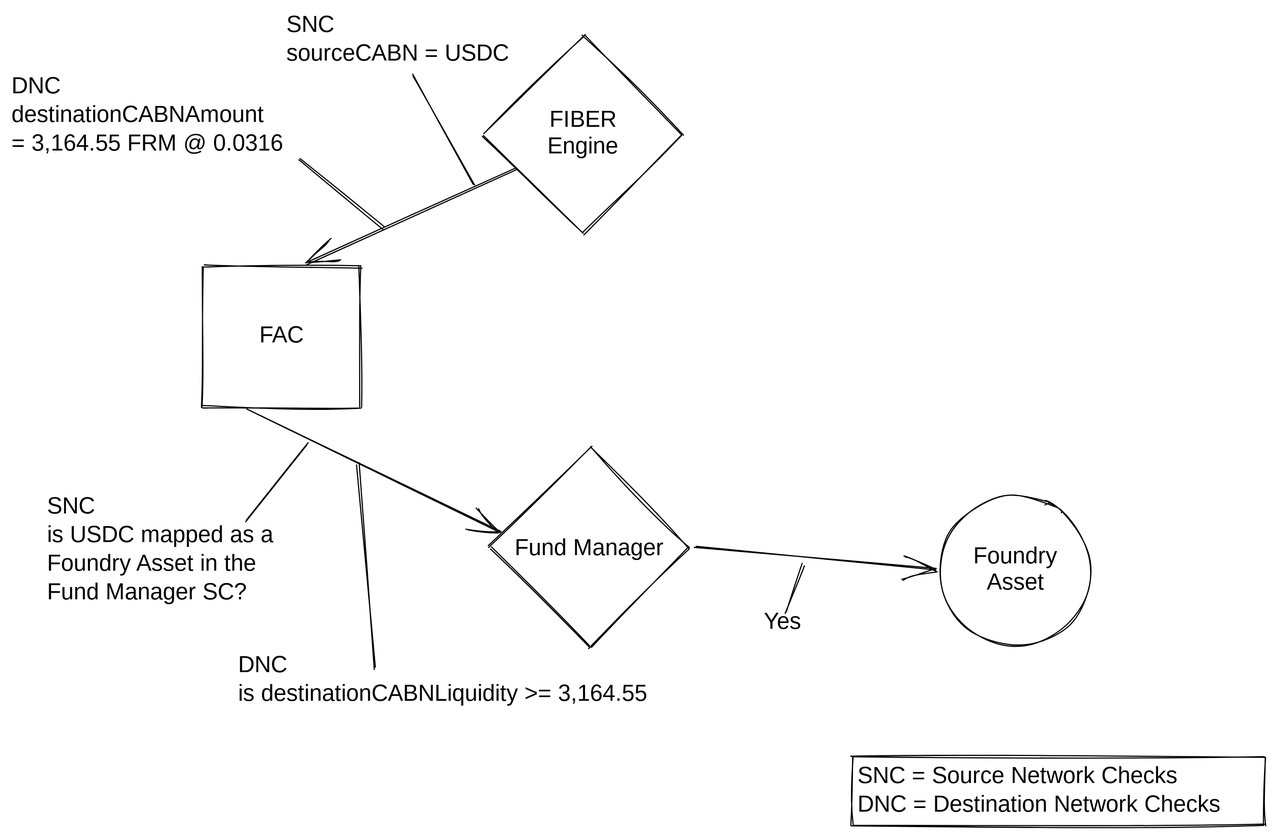
Above: .gitbook/assets/file.drawing (1).svg in ferrumnet/ferrum-network-multiSwap-and-bridge-architecture (Excalidraw), before the change. Source tidied: one line per element, renumbered; positions are measured from the earlier drawing's top-left corner, leaving out a move shared by most shapes.
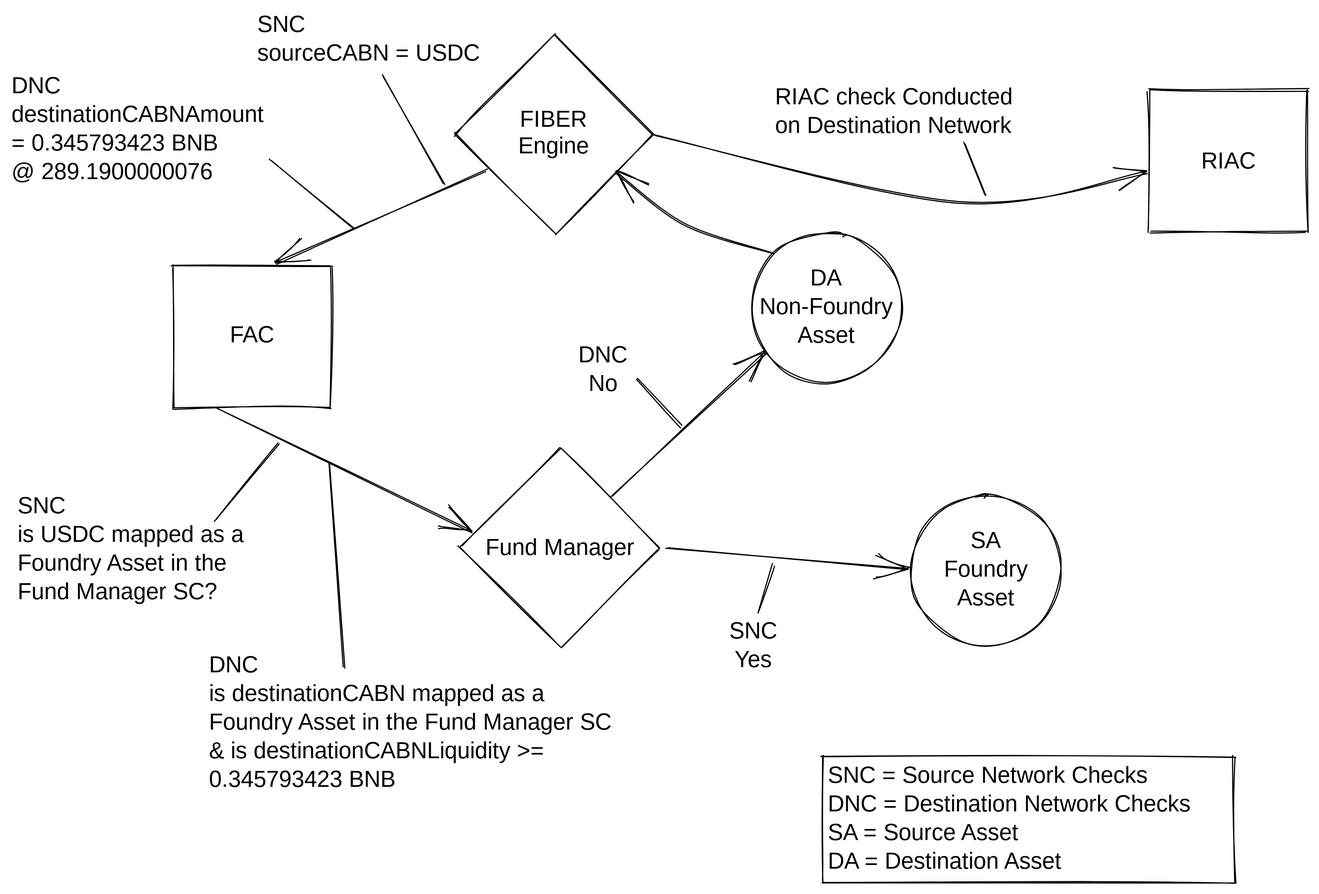
The same file after the commit.

Change to the diagram source:
```diff
@@ -1,23 +1,34 @@
-{"id": 0, "type": "diamond", "strokeColor": "#000000", "strokeWidth": 1, "roughness": 1, "x": 412, "y": 21, "width": 174, "height": 174}
-{"id": 1, "type": "diamond", "strokeColor": "#000000", "strokeWidth": 1, "roughness": 1, "x": 417, "y": 381, "width": 174, "height": 174}
+{"id": 23, "type": "diamond", "strokeColor": "#000000", "strokeWidth": 1, "roughness": 1, "x": 412, "y": 21, "width": 174, "height": 174}
+{"id": 24, "type": "diamond", "strokeColor": "#000000", "strokeWidth": 1, "roughness": 1, "x": 417, "y": 381, "width": 174, "height": 174}
-{"id": 2, "type": "text", "text": "FIBER\nEngine", "strokeColor": "#000000", "strokeWidth": 1, "roughness": 1, "fontSize": 20, "fontFamily": 1, "textAlign": "center", "verticalAlign": "middle", "inside": 0, "x": 417, "y": 84, "width": 164, "height": 46}
+{"id": 2, "type": "text", "text": "FIBER\nEngine", "strokeColor": "#000000", "strokeWidth": 1, "roughness": 1, "fontSize": 20, "fontFamily": 1, "textAlign": "center", "verticalAlign": "middle", "inside": 23, "x": 417, "y": 84, "width": 164, "height": 46}
-{"id": 3, "type": "text", "text": "Fund Manager", "strokeColor": "#000000", "strokeWidth": 1, "roughness": 1, "fontSize": 20, "fontFamily": 1, "textAlign": "center", "verticalAlign": "middle", "inside": 1, "x": 422, "y": 457, "width": 164, "height": 25}
+{"id": 3, "type": "text", "text": "Fund Manager", "strokeColor": "#000000", "strokeWidth": 1, "roughness": 1, "fontSize": 20, "fontFamily": 1, "textAlign": "center", "verticalAlign": "middle", "inside": 24, "x": 422, "y": 457, "width": 164, "height": 25}
-{"id": 4, "type": "rectangle", "strokeColor": "#000000", "strokeWidth": 1, "roughness": 1, "x": 167, "y": 222, "width": 138, "height": 124}
+{"id": 25, "type": "rectangle", "strokeColor": "#000000", "strokeWidth": 1, "roughness": 1, "x": 166, "y": 222, "width": 138, "height": 124}
+{"id": 26, "type": "rectangle", "strokeColor": "#000000", "strokeWidth": 1, "roughness": 1, "x": 1019, "y": 69, "width": 138, "height": 124}
-{"id": 5, "type": "text", "text": "FAC", "strokeColor": "#000000", "strokeWidth": 1, "roughness": 1, "fontSize": 20, "fontFamily": 1, "textAlign": "center", "verticalAlign": "middle", "inside": 4, "x": 172, "y": 272, "width": 128, "height": 23}
+{"id": 5, "type": "text", "text": "FAC", "strokeColor": "#000000", "strokeWidth": 1, "roughness": 1, "fontSize": 20, "fontFamily": 1, "textAlign": "center", "verticalAlign": "middle", "inside": 25, "x": 171, "y": 272, "width": 128, "height": 23}
-{"id": 6, "type": "arrow", "strokeColor": "#000000", "strokeWidth": 1, "roughness": 1, "endArrowhead": "arrow", "from": 0, "to": 4, "x": 441, "y": 138, "width": 184, "height": 82, "points": [[0, 0], [-184, 82]]}
+{"id": 27, "type": "text", "text": "RIAC", "strokeColor": "#000000", "strokeWidth": 1, "roughness": 1, "fontSize": 20, "fontFamily": 1, "textAlign": "center", "verticalAlign": "middle", "inside": 26, "x": 1024, "y": 119, "width": 128, "height": 25}
+{"id": 28, "type": "arrow", "strokeColor": "#000000", "strokeWidth": 1, "roughness": 1, "endArrowhead": "arrow", "from": 23, "to": 25, "x": 441, "y": 138, "width": 184, "height": 82, "points": [[0, 0], [-184, 82]]}
 {"id": 7, "type": "text", "text": "SNC\nsourceCABN = USDC", "strokeColor": "#000000", "strokeWidth": 1, "roughness": 1, "fontSize": 20, "fontFamily": 1, "x": 240, "y": 0, "width": 205, "height": 50}
-{"id": 8, "type": "line", "strokeColor": "#000000", "strokeWidth": 1, "roughness": 1, "x": 404, "y": 151, "width": 55, "height": 95, "points": [[0, 0], [-55, -95]]}
-{"id": 9, "type": "arrow", "strokeColor": "#000000", "strokeWidth": 1, "roughness": 1, "endArrowhead": "arrow", "from": 4, "to": 1, "x": 206, "y": 346, "width": 221, "height": 109, "points": [[0, 0], [221, 109]]}
+{"id": 29, "type": "line", "strokeColor": "#000000", "strokeWidth": 1, "roughness": 1, "x": 404, "y": 151, "width": 55, "height": 95, "points": [[0, 0], [-55, -95]]}
+{"id": 30, "type": "arrow", "strokeColor": "#000000", "strokeWidth": 1, "roughness": 1, "endArrowhead": "arrow", "from": 25, "to": 24, "x": 206, "y": 346, "width": 221, "height": 109, "points": [[0, 0], [221, 109]]}
 {"id": 10, "type": "text", "text": "SNC\nis USDC mapped as a\nFoundry Asset in the\nFund Manager SC?", "strokeColor": "#000000", "strokeWidth": 1, "roughness": 1, "fontSize": 20, "fontFamily": 1, "x": 31, "y": 420, "width": 216, "height": 100}
-{"id": 11, "type": "line", "strokeColor": "#000000", "strokeWidth": 1, "roughness": 1, "x": 259, "y": 378, "width": 54, "height": 67, "points": [[0, 0], [-54, 67]]}
-{"id": 12, "type": "ellipse", "strokeColor": "#000000", "strokeWidth": 1, "roughness": 1, "x": 811, "y": 423, "width": 131, "height": 131}
-{"id": 13, "type": "text", "text": "Foundry\nAsset", "strokeColor": "#000000", "strokeWidth": 1, "roughness": 1, "fontSize": 20, "fontFamily": 1, "textAlign": "center", "verticalAlign": "middle", "inside": 12, "x": 816, "y": 465, "width": 121, "height": 46}
-{"id": 14, "type": "arrow", "strokeColor": "#000000", "strokeWidth": 1, "roughness": 1, "endArrowhead": "arrow", "from": 1, "to": 12, "x": 597, "y": 468, "width": 209, "height": 19, "points": [[0, 0], [209, 19]]}
-{"id": 15, "type": "text", "text": "Yes", "strokeColor": "#000000", "strokeWidth": 1, "roughness": 1, "fontSize": 20, "fontFamily": 1, "textAlign": "center", "x": 657, "y": 521, "width": 33, "height": 25}
-{"id": 16, "type": "line", "strokeColor": "#000000", "strokeWidth": 1, "roughness": 1, "x": 691, "y": 483, "width": 14, "height": 41, "points": [[0, 0], [-14, 41]]}
-{"id": 17, "type": "text", "text": "DNC\ndestinationCABNAmount\n= 3,164.55 FRM @ 0.0316", "strokeColor": "#000000", "strokeWidth": 1, "roughness": 1, "fontSize": 20, "fontFamily": 1, "x": 0, "y": 54, "width": 255, "height": 75}
-{"id": 18, "type": "text", "text": "DNC\nis destinationCABNLiquidity >= 3,164.55", "strokeColor": "#000000", "strokeWidth": 1, "roughness": 1, "fontSize": 20, "fontFamily": 1, "x": 198, "y": 559, "width": 389, "height": 50}
-{"id": 19, "type": "line", "strokeColor": "#000000", "strokeWidth": 1, "roughness": 1, "x": 317, "y": 574, "width": 15, "height": 178, "points": [[0, 0], [-15, -178]]}
-{"id": 20, "type": "line", "strokeColor": "#000000", "strokeWidth": 1, "roughness": 1, "x": 325, "y": 189, "width": 74, "height": 59, "points": [[0, 0], [-74, -59]]}
-{"id": 21, "type": "rectangle", "strokeColor": "#000000", "strokeWidth": 1, "roughness": 1, "x": 734, "y": 651, "width": 360, "height": 60}
-{"id": 22, "type": "text", "text": "SNC = Source Network Checks\nDNC = Destination Network Checks", "strokeColor": "#000000", "strokeWidth": 1, "roughness": 1, "fontSize": 20, "fontFamily": 1, "inside": 21, "x": 739, "y": 656, "width": 350, "height": 50}
+{"id": 31, "type": "line", "strokeColor": "#000000", "strokeWidth": 1, "roughness": 1, "x": 258, "y": 378, "width": 54, "height": 67, "points": [[0, 0], [-54, 67]]}
+{"id": 32, "type": "ellipse", "strokeColor": "#000000", "strokeWidth": 1, "roughness": 1, "x": 811, "y": 423, "width": 131, "height": 131}
+{"id": 33, "type": "ellipse", "strokeColor": "#000000", "strokeWidth": 1, "roughness": 1, "x": 671, "y": 193, "width": 131, "height": 131}
+{"id": 34, "type": "text", "text": "SA\nFoundry\nAsset", "strokeColor": "#000000", "strokeWidth": 1, "roughness": 1, "fontSize": 20, "fontFamily": 1, "textAlign": "center", "verticalAlign": "middle", "inside": 32, "x": 816, "y": 451, "width": 121, "height": 75}
+{"id": 35, "type": "text", "text": "DA\nNon-Foundry\nAsset", "strokeColor": "#000000", "strokeWidth": 1, "roughness": 1, "fontSize": 20, "fontFamily": 1, "textAlign": "center", "verticalAlign": "middle", "inside": 33, "x": 676, "y": 221, "width": 121, "height": 75}
+{"id": 36, "type": "arrow", "strokeColor": "#000000", "strokeWidth": 1, "roughness": 1, "endArrowhead": "arrow", "from": 24, "to": 32, "x": 597, "y": 468, "width": 209, "height": 19, "points": [[0, 0], [209, 19]]}
+{"id": 37, "type": "text", "text": "SNC\nYes", "strokeColor": "#000000", "strokeWidth": 1, "roughness": 1, "fontSize": 20, "fontFamily": 1, "textAlign": "center", "x": 654, "y": 530, "width": 38, "height": 50}
+{"id": 38, "type": "line", "strokeColor": "#000000", "strokeWidth": 1, "roughness": 1, "x": 691, "y": 483, "width": 14, "height": 41, "points": [[0, 0], [-14, 41]]}
+{"id": 39, "type": "text", "text": "DNC\ndestinationCABNAmount\n= 0.345793423 BNB \n@ 289.1900000076", "strokeColor": "#000000", "strokeWidth": 1, "roughness": 1, "fontSize": 20, "fontFamily": 1, "x": 26, "y": 53, "width": 230, "height": 100}
+{"id": 40, "type": "text", "text": "DNC\nis destinationCABN mapped as a\nFoundry Asset in the Fund Manager SC\n& is destinationCABNLiquidity >= \n0.345793423 BNB", "strokeColor": "#000000", "strokeWidth": 1, "roughness": 1, "fontSize": 20, "fontFamily": 1, "x": 198, "y": 559, "width": 385, "height": 125}
+{"id": 41, "type": "line", "strokeColor": "#000000", "strokeWidth": 1, "roughness": 1, "x": 317, "y": 574, "width": 15, "height": 178, "points": [[0, 0], [-15, -178]]}
+{"id": 42, "type": "line", "strokeColor": "#000000", "strokeWidth": 1, "roughness": 1, "x": 325, "y": 189, "width": 74, "height": 59, "points": [[0, 0], [-74, -59]]}
+{"id": 43, "type": "rectangle", "strokeColor": "#000000", "strokeWidth": 1, "roughness": 1, "x": 734, "y": 651, "width": 360, "height": 110}
+{"id": 44, "type": "text", "text": "SNC = Source Network Checks\nDNC = Destination Network Checks\nSA = Source Asset\nDA = Destination Asset", "strokeColor": "#000000", "strokeWidth": 1, "roughness": 1, "fontSize": 20, "fontFamily": 1, "inside": 43, "x": 739, "y": 656, "width": 350, "height": 100}
+{"id": 45, "type": "text", "text": "DNC\nNo", "strokeColor": "#000000", "strokeWidth": 1, "roughness": 1, "fontSize": 20, "fontFamily": 1, "textAlign": "center", "x": 522, "y": 289, "width": 41, "height": 50}
+{"id": 46, "type": "line", "strokeColor": "#000000", "strokeWidth": 1, "roughness": 1, "x": 611, "y": 362, "width": 39, "height": 41, "points": [[0, 0], [-39, -41]]}
+{"id": 47, "type": "arrow", "strokeColor": "#000000", "strokeWidth": 1, "roughness": 1, "endArrowhead": "arrow", "from": 24, "to": 33, "x": 550, "y": 423, "width": 135, "height": 125, "points": [[0, 0], [135, -125]]}
+{"id": 48, "type": "text", "text": "RIAC check Conducted\non Destination Network", "strokeColor": "#000000", "strokeWidth": 1, "roughness": 1, "fontSize": 20, "fontFamily": 1, "x": 692, "y": 63, "width": 230, "height": 50}
+{"id": 49, "type": "arrow", "strokeColor": "#000000", "strokeWidth": 1, "roughness": 1, "endArrowhead": "arrow", "from": 23, "to": 26, "x": 587, "y": 108, "width": 430, "height": 58, "points": [[0, 0], [266, 58], [430, 33]]}
+{"id": 50, "type": "line", "strokeColor": "#000000", "strokeWidth": 1, "roughness": 1, "x": 875, "y": 160, "width": 16, "height": 45, "points": [[0, 0], [-16, -45]]}
+{"id": 51, "type": "arrow", "strokeColor": "#000000", "strokeWidth": 1, "roughness": 1, "endArrowhead": "arrow", "from": 33, "to": 23, "x": 691, "y": 211, "width": 138, "height": 70, "points": [[0, 0], [-79, -25], [-138, -70]]}
```
